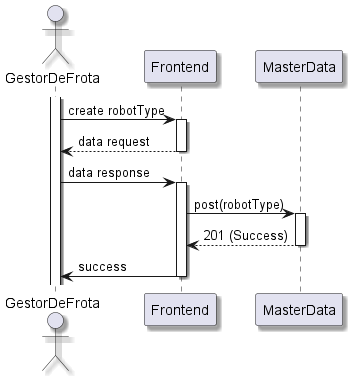
This is docs/Sprint B/1210913/us1000/us1000-NVL2.png from pedrocmesquita/RobDroneGo, a PlantUML export, as it was before one commit.
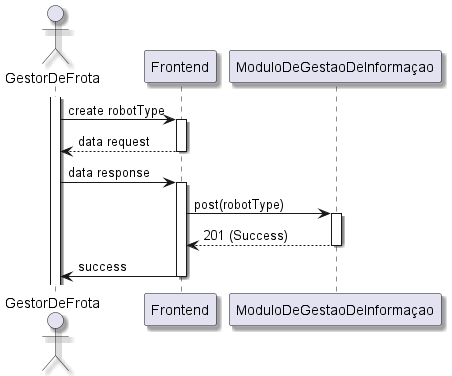
After the commit.

The edit, as a diff of the source:
```diff
@@ -14,10 +14,10 @@
 deactivate Frontend
 GestorDeFrota -> Frontend: data response
 activate Frontend
-Frontend -> MasterData: post(robotType)
-activate MasterData
-MasterData --> Frontend: 201 (Success)
-deactivate MasterData
+Frontend -> ModuloDeGestaoDeInformaçao: post(robotType)
+activate ModuloDeGestaoDeInformaçao
+ModuloDeGestaoDeInformaçao --> Frontend: 201 (Success)
+deactivate ModuloDeGestaoDeInformaçao
 Frontend -> GestorDeFrota: success
 deactivate Frontend
 
```
